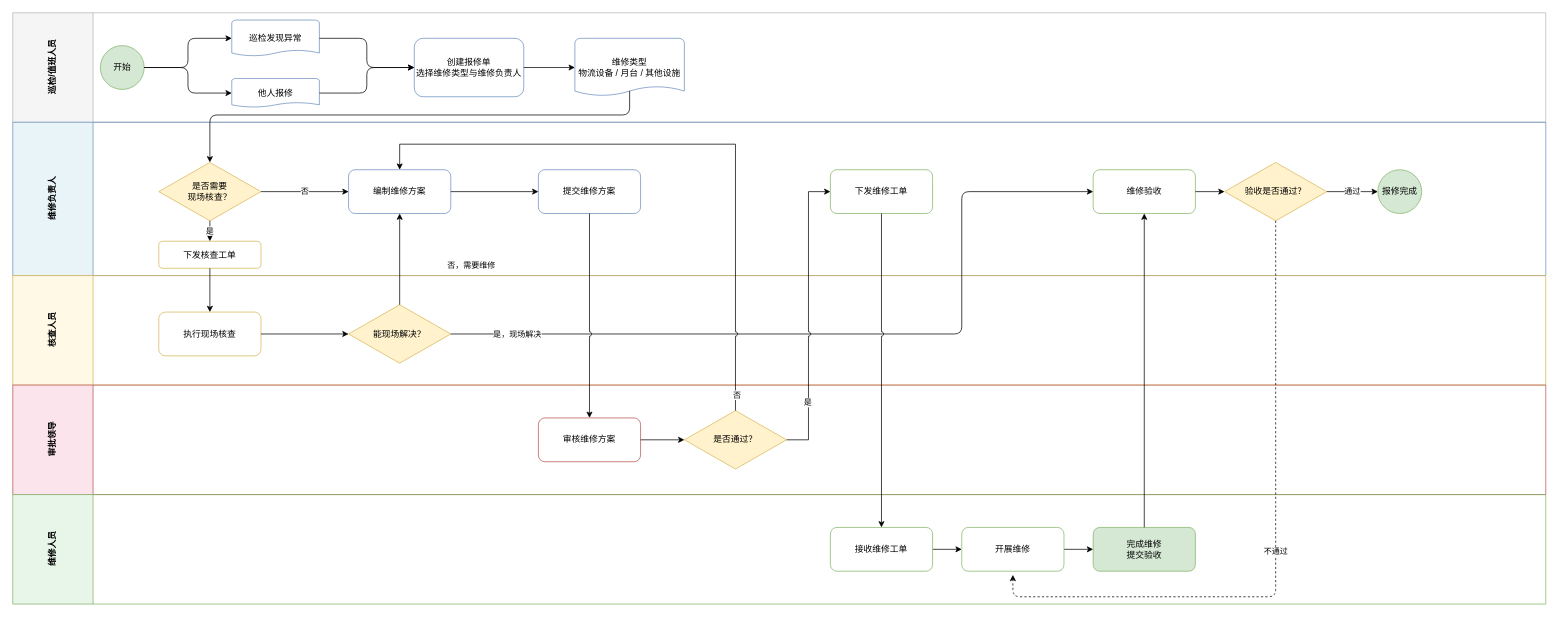
Above: src/pages/facility/报修管理流程图.drawio in GaoX-CN/DGKGZX (draw.io), before the change. Source tidied: cells renumbered, new cells numbered last; positions are measured from the earlier drawing's top-left corner, leaving out a move shared by most shapes. Both pictures are drawn from the tidied source at 73%, with x=0, y=0 at pixel (12, 12).
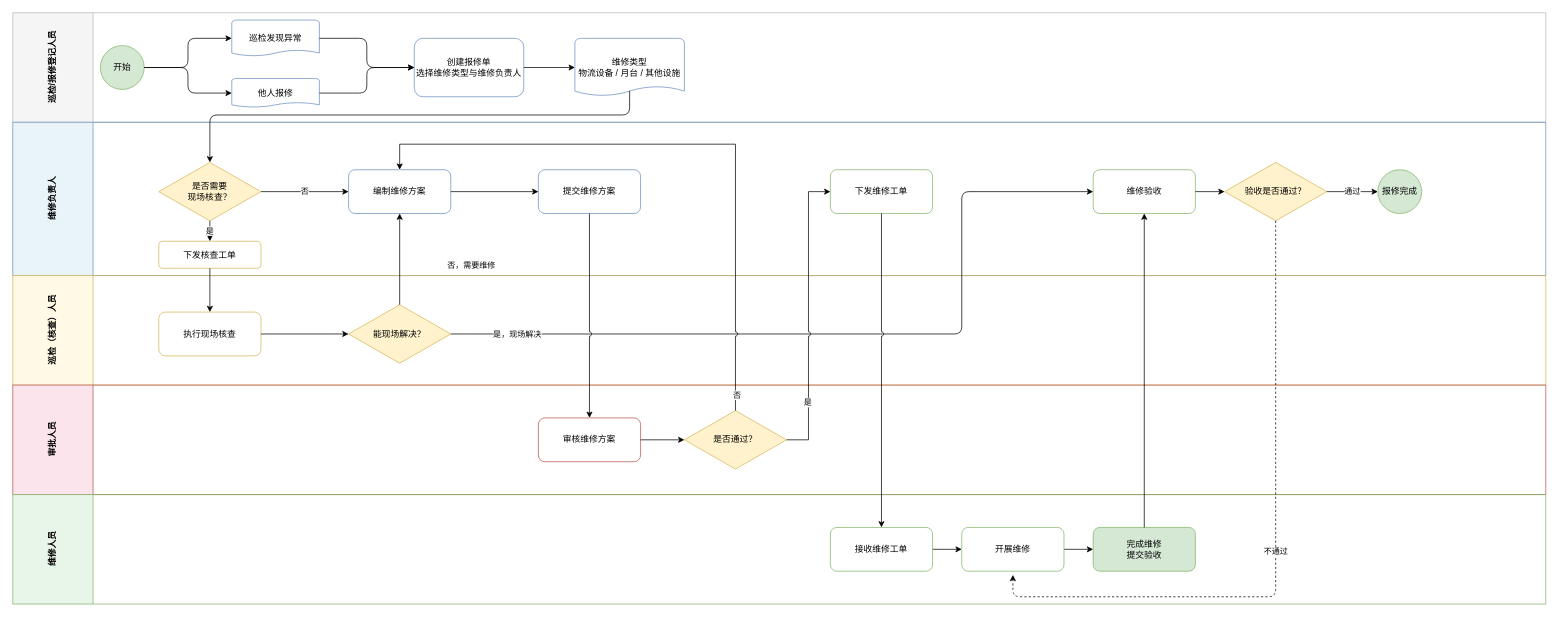
The same page after the edit.

What changed in the source:
```diff
@@
-    <mxCell id="2" value="巡检/值班人员" style="swimlane;horizontal=0;startSize=110;fillColor=#f5f5f5;strokeColor=#b7b7b7;html=1;fontStyle=1;" parent="1" vertex="1">
+    <mxCell id="2" value="巡检/报修登记人员" style="swimlane;horizontal=0;startSize=110;fillColor=#f5f5f5;strokeColor=#b7b7b7;html=1;fontStyle=1;" parent="1" vertex="1">
       <mxGeometry width="2100" height="150" as="geometry" />
     </mxCell>
@@
-    <mxCell id="17" value="核查人员" style="swimlane;horizontal=0;startSize=110;fillColor=#fff9e6;strokeColor=#d6b656;html=1;fontStyle=1;" parent="1" vertex="1">
+    <mxCell id="17" value="巡检（核查）人员" style="swimlane;horizontal=0;startSize=110;fillColor=#fff9e6;strokeColor=#d6b656;html=1;fontStyle=1;" parent="1" vertex="1">
       <mxGeometry y="360" width="2100" height="150" as="geometry" />
     </mxCell>
@@
-    <mxCell id="20" value="审批领导" style="swimlane;horizontal=0;startSize=110;fillColor=#fce4ec;strokeColor=#b85450;html=1;fontStyle=1;" parent="1" vertex="1">
+    <mxCell id="20" value="审批人员" style="swimlane;horizontal=0;startSize=110;fillColor=#fce4ec;strokeColor=#b85450;html=1;fontStyle=1;" parent="1" vertex="1">
       <mxGeometry y="510" width="2100" height="150" as="geometry" />
     </mxCell>
```
